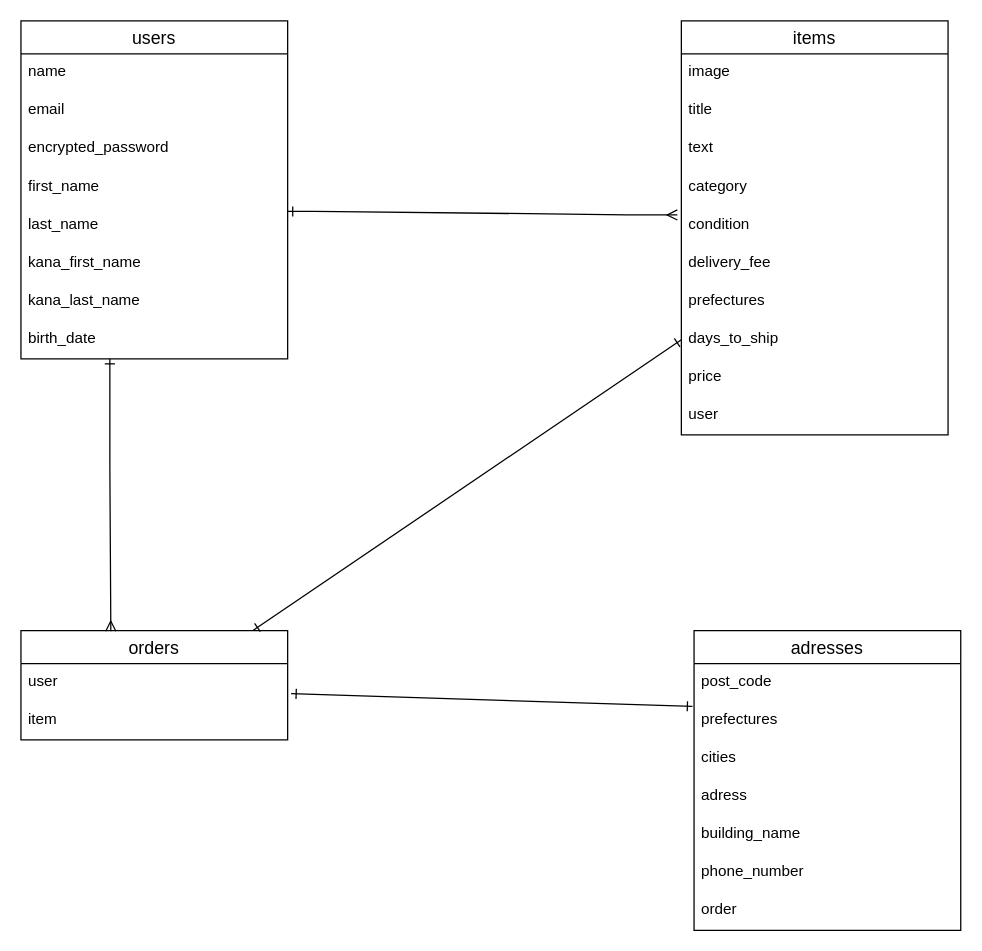
This is database.dio from Aki0717/furima-33023, a draw.io file, before an edit. Source tidied: cells renumbered, new cells numbered last; positions are measured from the earlier drawing's top-left corner, leaving out a move shared by most shapes. Both pictures are drawn from the tidied source at 127%, with x=0, y=0 at pixel (20, 20).
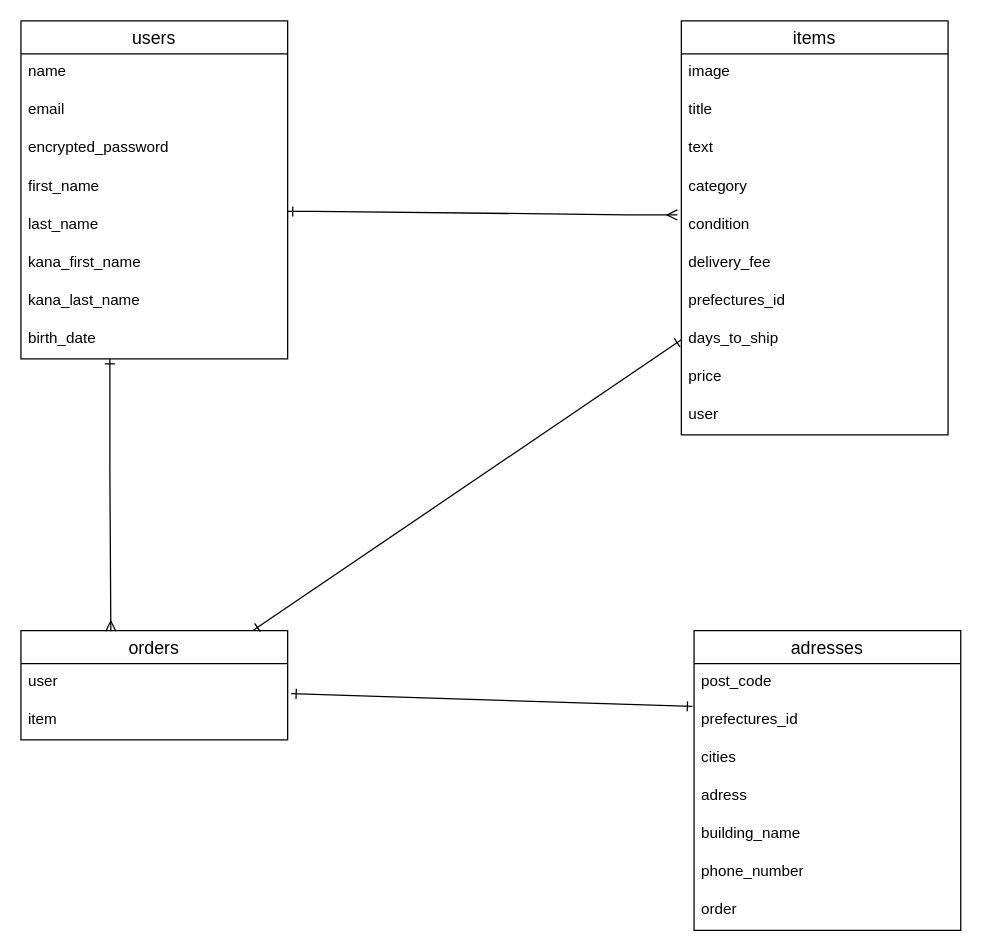
Above is the later version.

Unchanged cells that the change refers to:
```xml
<mxCell id="11" value="adresses" style="swimlane;fontStyle=0;horizontal=1;startSize=26;align=center;fontSize=14;" parent="1" vertex="1">
  <mxGeometry x="530" y="480" width="210" height="236" as="geometry" />
</mxCell>
<mxCell id="22" value="items" style="swimlane;fontStyle=0;horizontal=1;startSize=26;align=center;fontSize=14;" parent="1" vertex="1">
  <mxGeometry x="520" width="210" height="326" as="geometry" />
</mxCell>
```

Diff of the diagram source:
```diff
@@
-    <mxCell id="13" value="prefectures" style="text;strokeColor=none;fillColor=none;spacingLeft=4;spacingRight=4;overflow=hidden;points=[[0,0.5],[1,0.5]];portConstraint=eastwest;fontSize=12;" parent="11" vertex="1">
+    <mxCell id="13" value="prefectures_id" style="text;strokeColor=none;fillColor=none;spacingLeft=4;spacingRight=4;overflow=hidden;points=[[0,0.5],[1,0.5]];portConstraint=eastwest;fontSize=12;" parent="11" vertex="1">
       <mxGeometry y="56" width="210" height="30" as="geometry" />
     </mxCell>
@@
-    <mxCell id="29" value="prefectures" style="text;strokeColor=none;fillColor=none;spacingLeft=4;spacingRight=4;overflow=hidden;fontSize=12;" parent="22" vertex="1">
+    <mxCell id="29" value="prefectures_id" style="text;strokeColor=none;fillColor=none;spacingLeft=4;spacingRight=4;overflow=hidden;fontSize=12;" parent="22" vertex="1">
       <mxGeometry y="206" width="210" height="30" as="geometry" />
     </mxCell>
```
